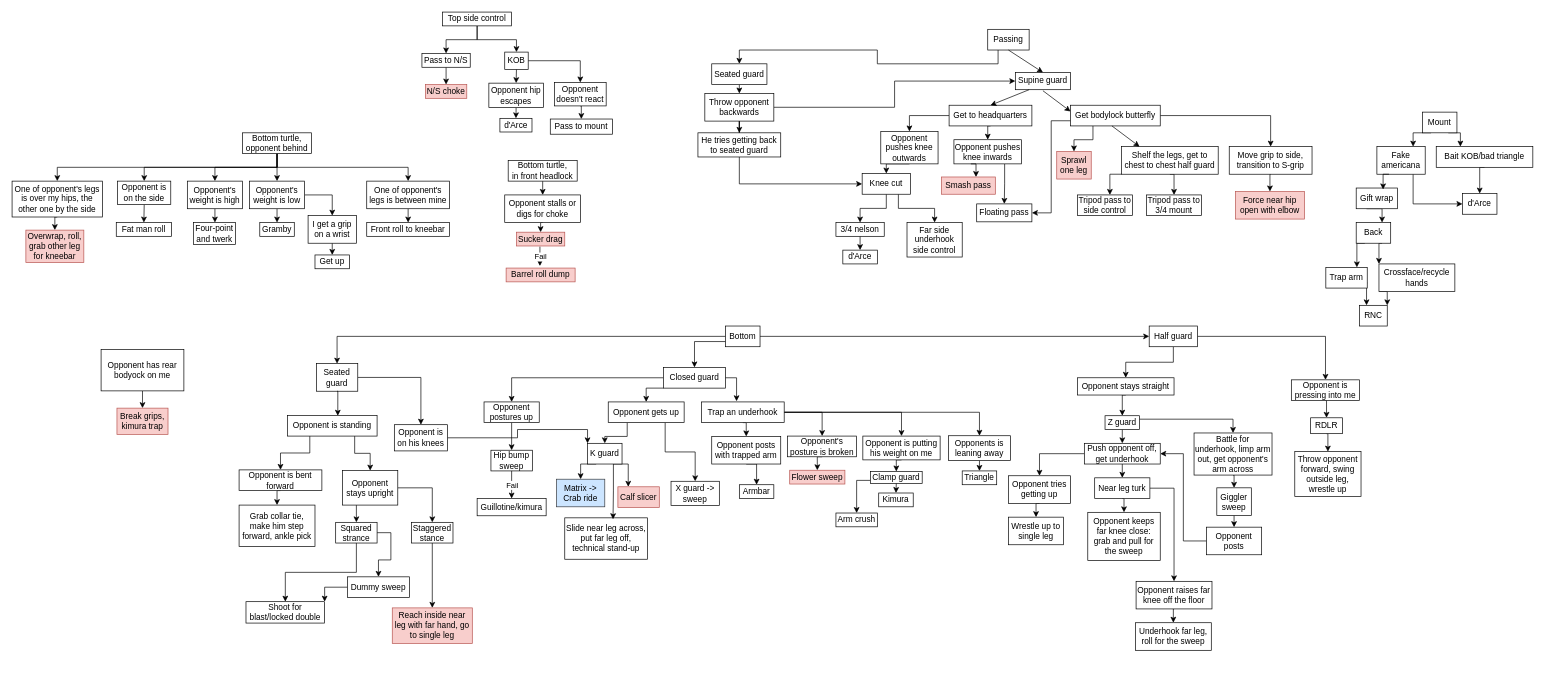
The draw.io diagram JJB.drawio in Bertrand31/BJJ-flowchart, before the edit. Source tidied: cells renumbered, new cells numbered last; positions are measured from the earlier drawing's top-left corner, leaving out a move shared by most shapes. Both pictures are drawn from the tidied source at 69%, with x=0, y=0 at pixel (12, 12).
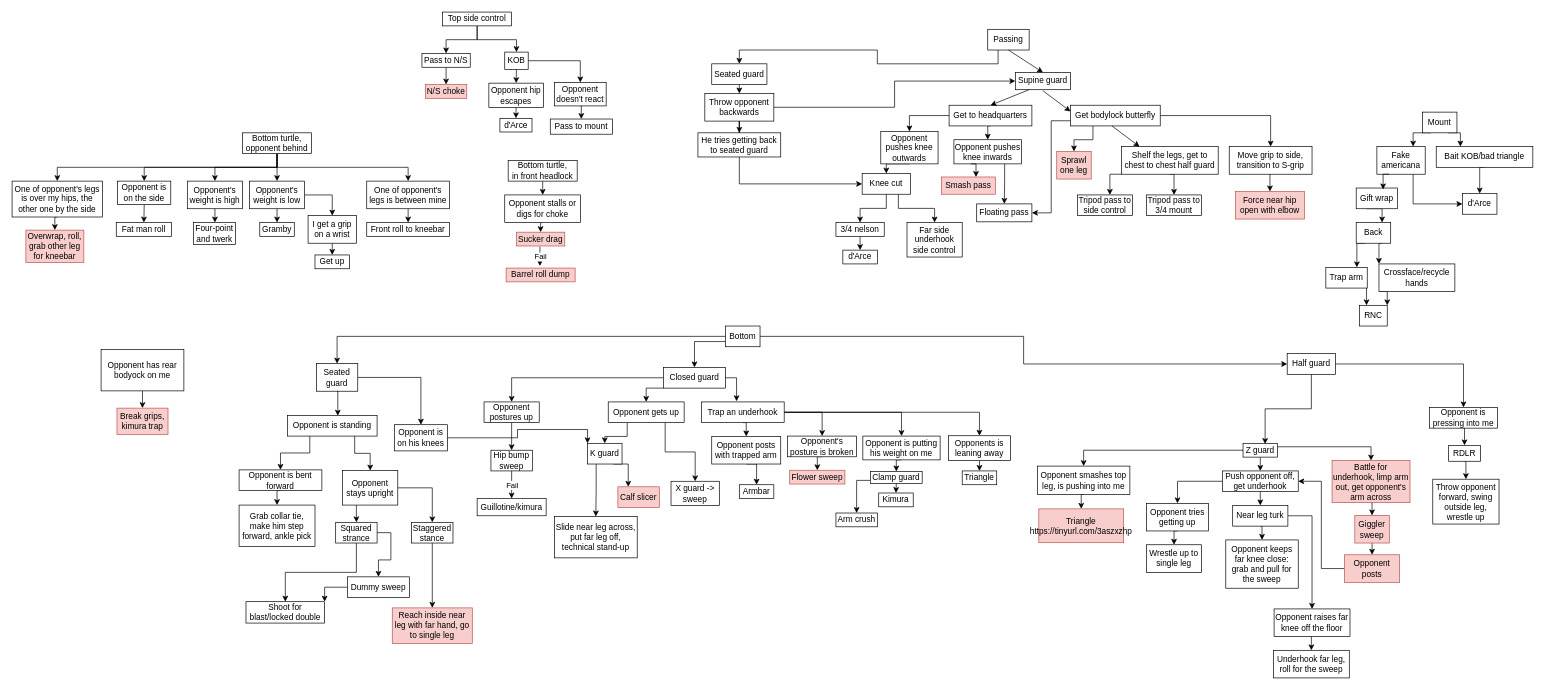
The same diagram, later.

Commit message:
Improve Z-guard & K-guard

Unchanged cells that the change refers to:
```xml
<mxCell id="61" value="K guard" style="whiteSpace=wrap;html=1;" parent="1" vertex="1">
  <mxGeometry x="834" y="625" width="50" height="30" as="geometry" />
</mxCell>
```

Change to the diagram source:
```diff
@@
-    <mxCell id="59" style="edgeStyle=orthogonalEdgeStyle;rounded=0;jettySize=auto;html=1;exitX=0.25;exitY=1;exitDx=0;exitDy=0;entryX=0.5;entryY=0;entryDx=0;entryDy=0;" parent="1" edge="1" source="61" target="62">
-      <mxGeometry relative="1" as="geometry" />
-    </mxCell>
@@
+    <mxCell id="214" style="edgeStyle=orthogonalEdgeStyle;rounded=0;jettySize=auto;html=1;exitX=0.25;exitY=1;exitDx=0;exitDy=0;entryX=0.5;entryY=0;entryDx=0;entryDy=0;" parent="1" edge="1" source="61" target="213">
+      <mxGeometry relative="1" as="geometry" />
+    </mxCell>
@@
-    <mxCell id="62" value="Matrix -&amp;gt; Crab ride" style="whiteSpace=wrap;html=1;fillColor=#cce5ff;strokeColor=#36393d;" parent="1" vertex="1">
-      <mxGeometry x="789" y="677" width="70" height="40" as="geometry" />
-    </mxCell>
@@
-    <mxCell id="71" style="edgeStyle=orthogonalEdgeStyle;rounded=0;jettySize=auto;html=1;exitX=0.5;exitY=1;exitDx=0;exitDy=0;entryX=0.5;entryY=0;entryDx=0;entryDy=0;" parent="1" edge="1" source="73" target="75">
-      <mxGeometry relative="1" as="geometry" />
-    </mxCell>
@@
     <mxCell id="73" value="Half guard" style="whiteSpace=wrap;html=1;" parent="1" vertex="1">
-      <mxGeometry x="1648" y="455" width="70" height="30" as="geometry" />
+      <mxGeometry x="1848" y="495" width="70" height="30" as="geometry" />
     </mxCell>
-    <mxCell id="74" style="edgeStyle=orthogonalEdgeStyle;rounded=0;jettySize=auto;html=1;exitX=0.5;exitY=1;exitDx=0;exitDy=0;entryX=0.5;entryY=0;entryDx=0;entryDy=0;" parent="1" edge="1" source="75" target="78">
-      <mxGeometry relative="1" as="geometry" />
-    </mxCell>
-    <mxCell id="75" value="Opponent stays straight" style="whiteSpace=wrap;html=1;" parent="1" vertex="1">
-      <mxGeometry x="1544" y="530" width="140" height="25" as="geometry" />
-    </mxCell>
@@
+    <mxCell id="217" style="edgeStyle=orthogonalEdgeStyle;rounded=0;jettySize=auto;html=1;exitX=0;exitY=0.5;exitDx=0;exitDy=0;" parent="1" edge="1" source="78" target="219">
+      <mxGeometry relative="1" as="geometry" />
+    </mxCell>
     <mxCell id="78" value="Z guard" style="whiteSpace=wrap;html=1;" parent="1" vertex="1">
-      <mxGeometry x="1584" y="585" width="50" height="20" as="geometry" />
+      <mxGeometry x="1784" y="625" width="50" height="20" as="geometry" />
     </mxCell>
@@
     <mxCell id="81" value="Push opponent off, get underhook" style="whiteSpace=wrap;html=1;" parent="1" vertex="1">
-      <mxGeometry x="1554" y="625" width="110" height="30" as="geometry" />
+      <mxGeometry x="1754" y="665" width="110" height="30" as="geometry" />
     </mxCell>
@@
     <mxCell id="84" value="Near leg turk" style="whiteSpace=wrap;html=1;" parent="1" vertex="1">
-      <mxGeometry x="1569" y="675" width="80" height="30" as="geometry" />
+      <mxGeometry x="1769" y="715" width="80" height="30" as="geometry" />
     </mxCell>
     <mxCell id="85" value="Opponent keeps far knee close: grab and pull for the sweep" style="whiteSpace=wrap;html=1;" parent="1" vertex="1">
-      <mxGeometry x="1559" y="725" width="105" height="70" as="geometry" />
+      <mxGeometry x="1759" y="765" width="105" height="70" as="geometry" />
     </mxCell>
@@
     <mxCell id="87" value="Opponent tries getting up" style="whiteSpace=wrap;html=1;" parent="1" vertex="1">
-      <mxGeometry x="1444" y="672" width="90" height="40" as="geometry" />
+      <mxGeometry x="1644" y="712" width="90" height="40" as="geometry" />
     </mxCell>
     <mxCell id="88" value="Wrestle up to single leg" style="whiteSpace=wrap;html=1;" parent="1" vertex="1">
-      <mxGeometry x="1444" y="732" width="80" height="40" as="geometry" />
+      <mxGeometry x="1644" y="772" width="80" height="40" as="geometry" />
     </mxCell>
@@
     <mxCell id="90" value="Opponent raises far knee off the floor" style="whiteSpace=wrap;html=1;" parent="1" vertex="1">
-      <mxGeometry x="1629" y="825" width="110" height="40" as="geometry" />
+      <mxGeometry x="1829" y="865" width="110" height="40" as="geometry" />
     </mxCell>
     <mxCell id="91" value="Underhook far leg, roll for the sweep" style="whiteSpace=wrap;html=1;" parent="1" vertex="1">
-      <mxGeometry x="1628" y="885" width="110" height="40" as="geometry" />
+      <mxGeometry x="1828" y="925" width="110" height="40" as="geometry" />
     </mxCell>
@@
     <mxCell id="93" value="Opponent is pressing into me" style="whiteSpace=wrap;html=1;" parent="1" vertex="1">
-      <mxGeometry x="1854" y="533" width="99" height="30" as="geometry" />
+      <mxGeometry x="2054" y="573" width="99" height="30" as="geometry" />
     </mxCell>
     <mxCell id="94" value="Throw opponent forward, swing outside leg, wrestle up" style="whiteSpace=wrap;html=1;" parent="1" vertex="1">
-      <mxGeometry x="1859" y="637" width="96" height="65" as="geometry" />
+      <mxGeometry x="2059" y="677" width="96" height="65" as="geometry" />
     </mxCell>
@@
-    <mxCell id="165" value="Giggler sweep" style="whiteSpace=wrap;html=1;" parent="1" vertex="1">
-      <mxGeometry x="1746" y="689.5" width="50" height="40" as="geometry" />
+    <mxCell id="165" value="Giggler sweep" style="whiteSpace=wrap;html=1;fillColor=#f8cecc;strokeColor=#b85450;" parent="1" vertex="1">
+      <mxGeometry x="1946" y="729.5" width="50" height="40" as="geometry" />
     </mxCell>
@@
-    <mxCell id="167" value="Opponent posts" style="whiteSpace=wrap;html=1;" parent="1" vertex="1">
-      <mxGeometry x="1731" y="746.5" width="80" height="40" as="geometry" />
+    <mxCell id="167" value="Opponent posts" style="whiteSpace=wrap;html=1;fillColor=#f8cecc;strokeColor=#b85450;" parent="1" vertex="1">
+      <mxGeometry x="1931" y="786.5" width="80" height="40" as="geometry" />
     </mxCell>
@@
-    <mxCell id="169" value="Battle for underhook, limp arm out, get opponent's arm across" style="whiteSpace=wrap;html=1;" parent="1" vertex="1">
-      <mxGeometry x="1713" y="610" width="113" height="61" as="geometry" />
+    <mxCell id="169" value="Battle for underhook, limp arm out, get opponent's arm across" style="whiteSpace=wrap;html=1;fillColor=#f8cecc;strokeColor=#b85450;" parent="1" vertex="1">
+      <mxGeometry x="1913" y="650" width="113" height="61" as="geometry" />
     </mxCell>
@@
     <mxCell id="187" value="RDLR" style="whiteSpace=wrap;html=1;" parent="1" vertex="1">
-      <mxGeometry x="1882" y="588" width="46" height="23" as="geometry" />
+      <mxGeometry x="2082" y="628" width="46" height="23" as="geometry" />
     </mxCell>
@@
     <mxCell id="213" value="Slide near leg across, put far leg off, technical stand-up" style="whiteSpace=wrap;html=1;" parent="1" vertex="1">
-      <mxGeometry x="801" y="733" width="120" height="60" as="geometry" />
+      <mxGeometry x="786" y="731" width="120" height="60" as="geometry" />
     </mxCell>
-    <mxCell id="214" style="edgeStyle=orthogonalEdgeStyle;rounded=0;jettySize=auto;html=1;exitX=0.75;exitY=1;exitDx=0;exitDy=0;entryX=0.583;entryY=0.033;entryDx=0;entryDy=0;entryPerimeter=0;" parent="1" edge="1" source="61" target="213">
-      <mxGeometry relative="1" as="geometry" />
-    </mxCell>
@@
+    <mxCell id="218" style="edgeStyle=orthogonalEdgeStyle;rounded=0;jettySize=auto;html=1;exitX=0.5;exitY=1;exitDx=0;exitDy=0;entryX=0.5;entryY=0;entryDx=0;entryDy=0;" parent="1" edge="1" source="219" target="221">
+      <mxGeometry relative="1" as="geometry" />
+    </mxCell>
+    <mxCell id="219" value="Opponent smashes top leg, is pushing into me" style="whiteSpace=wrap;html=1;" parent="1" vertex="1">
+      <mxGeometry x="1486" y="658" width="134" height="41" as="geometry" />
+    </mxCell>
+    <mxCell id="220" style="edgeStyle=orthogonalEdgeStyle;rounded=0;jettySize=auto;html=1;exitX=0.5;exitY=1;exitDx=0;exitDy=0;entryX=0.64;entryY=0.05;entryDx=0;entryDy=0;entryPerimeter=0;" parent="1" edge="1" source="73" target="78">
+      <mxGeometry relative="1" as="geometry" />
+    </mxCell>
+    <mxCell id="221" value="&lt;div&gt;Triangle&lt;/div&gt;&lt;div&gt;https://tinyurl.com/3aszxzhp&lt;br&gt;&lt;/div&gt;" style="whiteSpace=wrap;html=1;fillColor=#f8cecc;strokeColor=#b85450;" parent="1" vertex="1">
+      <mxGeometry x="1488" y="720" width="123" height="49" as="geometry" />
+    </mxCell>
```
